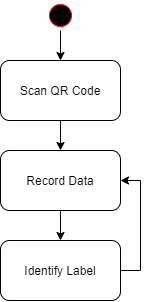
Above: Requirements Specification/charts/flow3.png in PSE-TECO-2020-TEAM1/e2e-ml_docs (draw.io), before the change. Source tidied: cells renumbered, new cells last; positions are measured from the earlier drawing's top-left corner, leaving out a move shared by most shapes. The source it was exported from:
```xml
<mxGraphModel>
  <root>
    <mxCell id="0" />
    <mxCell id="1" parent="0" />
    <mxCell id="2" style="edgeStyle=orthogonalEdgeStyle;rounded=0;jettySize=auto;html=1;" parent="1" edge="1" source="3" target="5">
      <mxGeometry relative="1" as="geometry" />
    </mxCell>
    <mxCell id="3" value="Record Data" style="rounded=1;whiteSpace=wrap;html=1;" parent="1" vertex="1">
      <mxGeometry y="150" width="120" height="60" as="geometry" />
    </mxCell>
    <mxCell id="4" style="edgeStyle=orthogonalEdgeStyle;rounded=0;jettySize=auto;html=1;" parent="1" edge="1" source="5" target="3">
      <mxGeometry relative="1" as="geometry">
        <Array as="points">
          <mxPoint x="140" y="270" />
          <mxPoint x="140" y="180" />
        </Array>
      </mxGeometry>
    </mxCell>
    <mxCell id="5" value="Identify Label" style="rounded=1;whiteSpace=wrap;html=1;" parent="1" vertex="1">
      <mxGeometry y="240" width="120" height="60" as="geometry" />
    </mxCell>
    <mxCell id="6" style="edgeStyle=orthogonalEdgeStyle;rounded=0;jettySize=auto;html=1;" parent="1" edge="1" source="7" target="9">
      <mxGeometry relative="1" as="geometry" />
    </mxCell>
    <mxCell id="7" style="ellipse;html=1;shape=startState;fillColor=#000000;strokeColor=#ff0000;" parent="1" vertex="1">
      <mxGeometry x="45" width="30" height="30" as="geometry" />
    </mxCell>
    <mxCell id="8" style="edgeStyle=orthogonalEdgeStyle;rounded=0;jettySize=auto;html=1;" parent="1" edge="1" source="9" target="3">
      <mxGeometry relative="1" as="geometry" />
    </mxCell>
    <mxCell id="9" value="Scan QR Code" style="rounded=1;whiteSpace=wrap;html=1;" parent="1" vertex="1">
      <mxGeometry y="60" width="120" height="60" as="geometry" />
    </mxCell>
  </root>
</mxGraphModel>
```
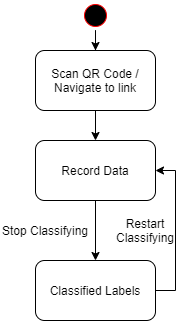
After the commit.

Diff of the diagram source:
```diff
@@ -2,34 +2,40 @@
   <root>
     <mxCell id="0" />
     <mxCell id="1" parent="0" />
-    <mxCell id="2" style="edgeStyle=orthogonalEdgeStyle;rounded=0;jettySize=auto;html=1;" parent="1" edge="1" source="3" target="5">
-      <mxGeometry relative="1" as="geometry" />
-    </mxCell>
+    <mxCell id="10" style="edgeStyle=orthogonalEdgeStyle;rounded=0;jettySize=auto;html=1;exitX=0.5;exitY=1;exitDx=0;exitDy=0;" parent="1" edge="1" source="11" target="13">
+      <mxGeometry relative="1" as="geometry" />
+    </mxCell>
+    <mxCell id="11" style="ellipse;html=1;shape=startState;fillColor=#000000;strokeColor=#ff0000;" parent="1" vertex="1">
+      <mxGeometry x="45" y="10" width="30" height="30" as="geometry" />
+    </mxCell>
+    <mxCell id="12" style="edgeStyle=orthogonalEdgeStyle;rounded=0;jettySize=auto;html=1;exitX=0.5;exitY=1;exitDx=0;exitDy=0;" parent="1" edge="1" source="13" target="3">
+      <mxGeometry relative="1" as="geometry" />
+    </mxCell>
+    <mxCell id="13" value="Scan QR Code / Navigate to link" style="rounded=1;whiteSpace=wrap;html=1;" parent="1" vertex="1">
+      <mxGeometry y="60" width="120" height="60" as="geometry" />
+    </mxCell>
+    <mxCell id="14" style="edgeStyle=orthogonalEdgeStyle;rounded=0;jettySize=auto;html=1;exitX=0.5;exitY=1;exitDx=0;exitDy=0;" parent="1" edge="1" source="3" target="16">
+      <mxGeometry relative="1" as="geometry" />
+    </mxCell>
     <mxCell id="3" value="Record Data" style="rounded=1;whiteSpace=wrap;html=1;" parent="1" vertex="1">
       <mxGeometry y="150" width="120" height="60" as="geometry" />
     </mxCell>
-    <mxCell id="4" style="edgeStyle=orthogonalEdgeStyle;rounded=0;jettySize=auto;html=1;" parent="1" edge="1" source="5" target="3">
-      <mxGeometry relative="1" as="geometry">
-        <Array as="points">
-          <mxPoint x="140" y="270" />
-          <mxPoint x="140" y="180" />
-        </Array>
-      </mxGeometry>
-    </mxCell>
-    <mxCell id="5" value="Identify Label" style="rounded=1;whiteSpace=wrap;html=1;" parent="1" vertex="1">
-      <mxGeometry y="240" width="120" height="60" as="geometry" />
-    </mxCell>
-    <mxCell id="6" style="edgeStyle=orthogonalEdgeStyle;rounded=0;jettySize=auto;html=1;" parent="1" edge="1" source="7" target="9">
-      <mxGeometry relative="1" as="geometry" />
-    </mxCell>
-    <mxCell id="7" style="ellipse;html=1;shape=startState;fillColor=#000000;strokeColor=#ff0000;" parent="1" vertex="1">
-      <mxGeometry x="45" width="30" height="30" as="geometry" />
-    </mxCell>
-    <mxCell id="8" style="edgeStyle=orthogonalEdgeStyle;rounded=0;jettySize=auto;html=1;" parent="1" edge="1" source="9" target="3">
-      <mxGeometry relative="1" as="geometry" />
-    </mxCell>
-    <mxCell id="9" value="Scan QR Code" style="rounded=1;whiteSpace=wrap;html=1;" parent="1" vertex="1">
-      <mxGeometry y="60" width="120" height="60" as="geometry" />
-    </mxCell>
+    <mxCell id="15" style="edgeStyle=orthogonalEdgeStyle;rounded=0;jettySize=auto;html=1;exitX=1;exitY=0.5;exitDx=0;exitDy=0;" parent="1" edge="1" source="16" target="3">
+      <mxGeometry relative="1" as="geometry">
+        <Array as="points">
+          <mxPoint x="140" y="300" />
+          <mxPoint x="140" y="180" />
+        </Array>
+      </mxGeometry>
+    </mxCell>
+    <mxCell id="16" value="Classified Labels" style="rounded=1;whiteSpace=wrap;html=1;" parent="1" vertex="1">
+      <mxGeometry y="270" width="120" height="60" as="geometry" />
+    </mxCell>
+    <mxCell id="17" value="Stop Classifying" style="text;html=1;strokeColor=none;fillColor=none;align=center;verticalAlign=middle;whiteSpace=wrap;rounded=0;" parent="1" vertex="1">
+      <mxGeometry x="-35" y="230" width="90" height="20" as="geometry" />
+    </mxCell>
+    <mxCell id="18" value="Restart Classifying" style="text;html=1;strokeColor=none;fillColor=none;align=center;verticalAlign=middle;whiteSpace=wrap;rounded=0;" parent="1" vertex="1">
+      <mxGeometry x="65" y="230" width="90" height="20" as="geometry" />
+    </mxCell>
   </root>
 </mxGraphModel>
```
